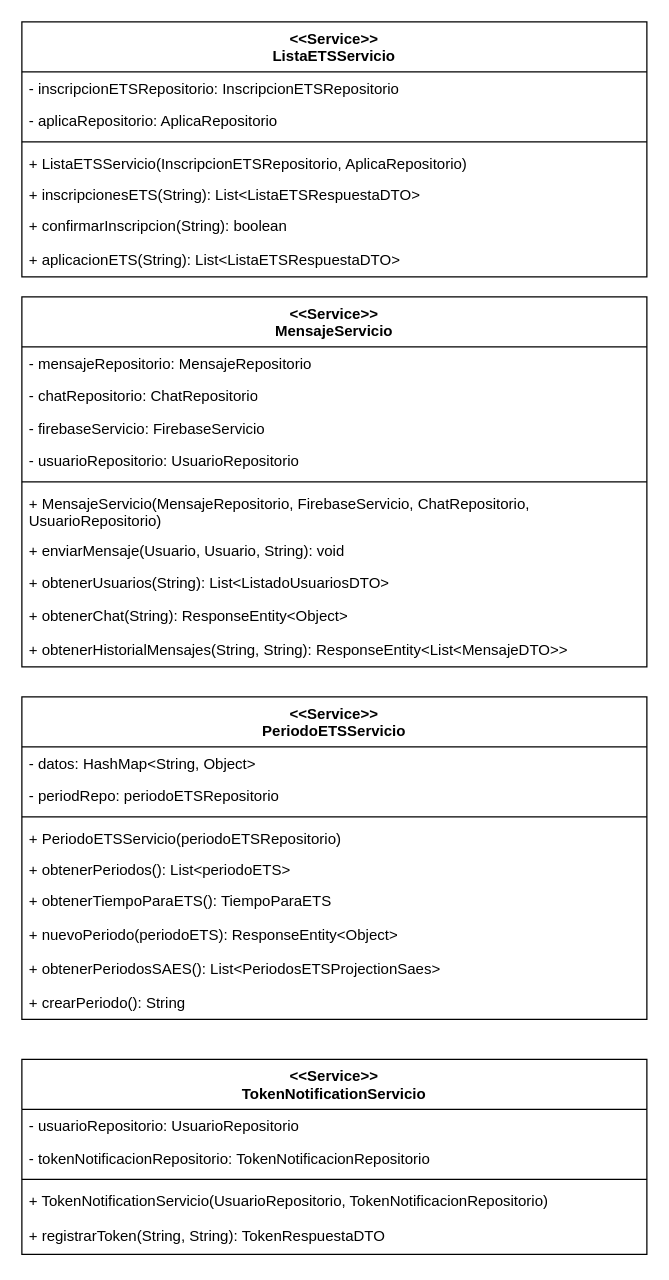
Before: page "Services4" (4 of 8) of Clases/Services.drawio in Jajr16/DocumentacionTT, a draw.io diagram. Source tidied: cells renumbered, new cells numbered last; positions are measured from the earlier drawing's top-left corner, leaving out a move shared by most shapes. Both pictures are drawn from the tidied source at 125%, with x=0, y=0 at pixel (21, 21).
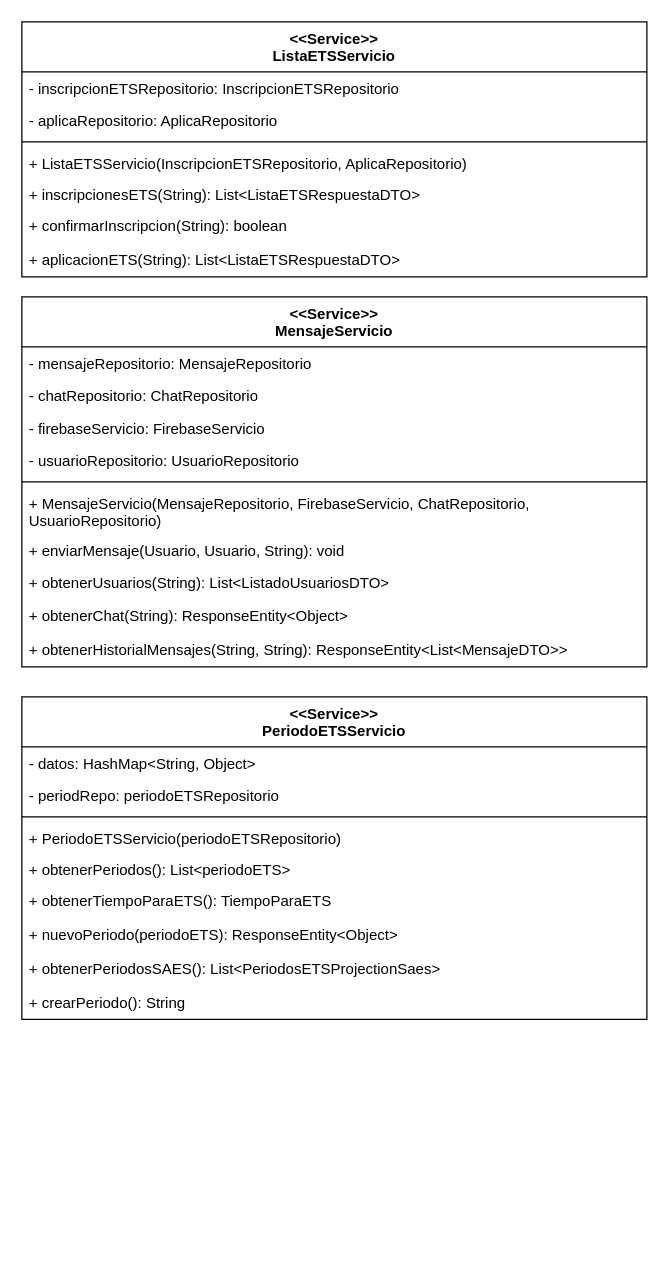
The same page after the edit.

The edit, as a diff of the source:
```diff
@@
-    <mxCell id="31" value="&lt;div&gt;&amp;lt;&amp;lt;Service&amp;gt;&amp;gt;&lt;/div&gt;TokenNotificationServicio" style="swimlane;fontStyle=1;align=center;verticalAlign=top;horizontal=1;startSize=40;whiteSpace=wrap;html=1;" parent="1" vertex="1">
-      <mxGeometry y="830" width="500" height="156" as="geometry" />
-    </mxCell>
-    <mxCell id="32" value="- usuarioRepositorio:&amp;nbsp;UsuarioRepositorio" style="text;strokeColor=none;fillColor=none;align=left;verticalAlign=top;spacingLeft=4;spacingRight=4;overflow=hidden;whiteSpace=wrap;html=1;" parent="31" vertex="1">
-      <mxGeometry y="40" width="500" height="26" as="geometry" />
-    </mxCell>
-    <mxCell id="33" value="- tokenNotificacionRepositorio:&amp;nbsp;TokenNotificacionRepositorio" style="text;strokeColor=none;fillColor=none;align=left;verticalAlign=top;spacingLeft=4;spacingRight=4;overflow=hidden;whiteSpace=wrap;html=1;" parent="31" vertex="1">
-      <mxGeometry y="66" width="500" height="26" as="geometry" />
-    </mxCell>
-    <mxCell id="34" style="line;strokeWidth=1;fillColor=none;align=left;verticalAlign=middle;spacingTop=-1;spacingLeft=3;spacingRight=3;labelPosition=right;strokeColor=inherit;" parent="31" vertex="1">
-      <mxGeometry y="92" width="500" height="8" as="geometry" />
-    </mxCell>
-    <mxCell id="35" value="+ TokenNotificationServicio(UsuarioRepositorio, TokenNotificacionRepositorio)" style="text;strokeColor=none;fillColor=none;align=left;verticalAlign=top;spacingLeft=4;spacingRight=4;overflow=hidden;whiteSpace=wrap;html=1;" parent="31" vertex="1">
-      <mxGeometry y="100" width="500" height="28" as="geometry" />
-    </mxCell>
-    <mxCell id="36" value="+ registrarToken(String, String):&amp;nbsp;TokenRespuestaDTO" style="text;strokeColor=none;fillColor=none;align=left;verticalAlign=top;spacingLeft=4;spacingRight=4;overflow=hidden;whiteSpace=wrap;html=1;" parent="31" vertex="1">
-      <mxGeometry y="128" width="500" height="28" as="geometry" />
-    </mxCell>
```
